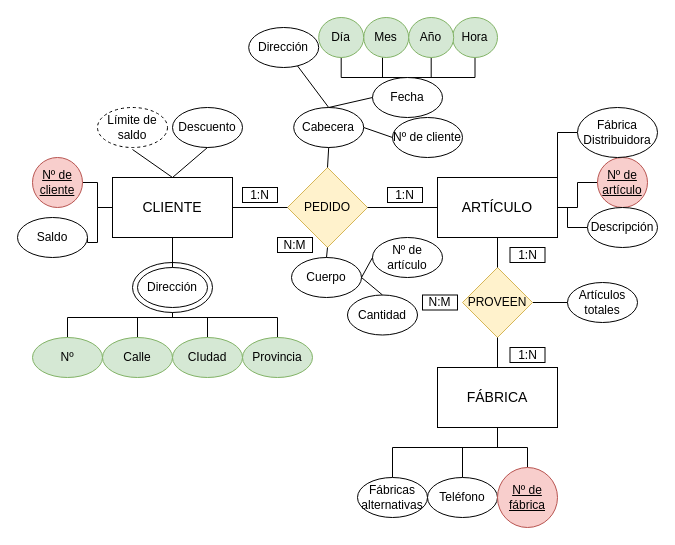
Above: Unidad-2/Tareas/Tarea 3/images/Tarea 3.drawio in IsaiasTolP/Base-Datos (draw.io), before the change. Source tidied: cells renumbered, new cells numbered last; positions are measured from the earlier drawing's top-left corner, leaving out a move shared by most shapes. Both pictures are drawn from the tidied source at 100%, with x=0, y=0 at pixel (17, 17).
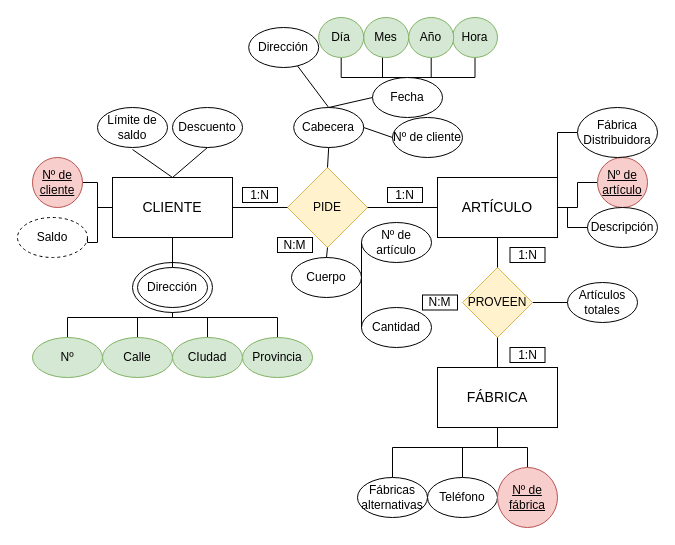
Above is the later version.

Commit message:
Actualizar Tarea 3-Terminado.drawio

Unchanged cells that the change refers to:
```xml
<mxCell id="42" value="Cuerpo" style="ellipse;whiteSpace=wrap;html=1;" parent="1" vertex="1">
  <mxGeometry x="274" y="240" width="70" height="40" as="geometry" />
</mxCell>
```

The edit, as a diff of the source:
```diff
@@
-    <mxCell id="8" value="Límite de saldo" style="ellipse;whiteSpace=wrap;html=1;strokeColor=default;dashed=1;strokeWidth=1;perimeterSpacing=2;" parent="1" vertex="1">
+    <mxCell id="8" value="Límite de saldo" style="ellipse;whiteSpace=wrap;html=1;strokeColor=default;strokeWidth=1;perimeterSpacing=2;" parent="1" vertex="1">
       <mxGeometry x="80" y="90" width="70" height="40" as="geometry" />
     </mxCell>
@@
-    <mxCell id="24" value="PEDIDO" style="rhombus;whiteSpace=wrap;html=1;fillColor=#fff2cc;strokeColor=#d6b656;" parent="1" vertex="1">
+    <mxCell id="24" value="PIDE" style="rhombus;whiteSpace=wrap;html=1;fillColor=#fff2cc;strokeColor=#d6b656;" parent="1" vertex="1">
       <mxGeometry x="270" y="150" width="80" height="80" as="geometry" />
     </mxCell>
@@
-    <mxCell id="39" value="&lt;div&gt;Saldo&lt;/div&gt;" style="ellipse;whiteSpace=wrap;html=1;fontSize=12;" parent="1" vertex="1">
+    <mxCell id="39" value="&lt;div&gt;Saldo&lt;/div&gt;" style="ellipse;whiteSpace=wrap;html=1;fontSize=12;dashed=1;" parent="1" vertex="1">
       <mxGeometry y="200" width="70" height="40" as="geometry" />
     </mxCell>
@@
     <mxCell id="54" value="Nº de artículo" style="ellipse;whiteSpace=wrap;html=1;" parent="1" vertex="1">
-      <mxGeometry x="355" y="220" width="70" height="40" as="geometry" />
+      <mxGeometry x="344" y="205" width="70" height="40" as="geometry" />
     </mxCell>
     <mxCell id="55" value="Cantidad" style="ellipse;whiteSpace=wrap;html=1;" parent="1" vertex="1">
-      <mxGeometry x="330" y="277.5" width="70" height="40" as="geometry" />
+      <mxGeometry x="344" y="290" width="70" height="40" as="geometry" />
     </mxCell>
@@
-    <mxCell id="63" style="endArrow=none;html=1;rounded=0;entryX=0.5;entryY=0;entryDx=0;entryDy=0;exitX=1;exitY=0.5;exitDx=0;exitDy=0;" parent="1" edge="1" source="42" target="55">
+    <mxCell id="63" style="endArrow=none;html=1;rounded=0;entryX=0;entryY=0.5;entryDx=0;entryDy=0;exitX=1;exitY=0.5;exitDx=0;exitDy=0;" parent="1" edge="1" source="42" target="55">
       <mxGeometry relative="1" as="geometry" />
     </mxCell>
```
